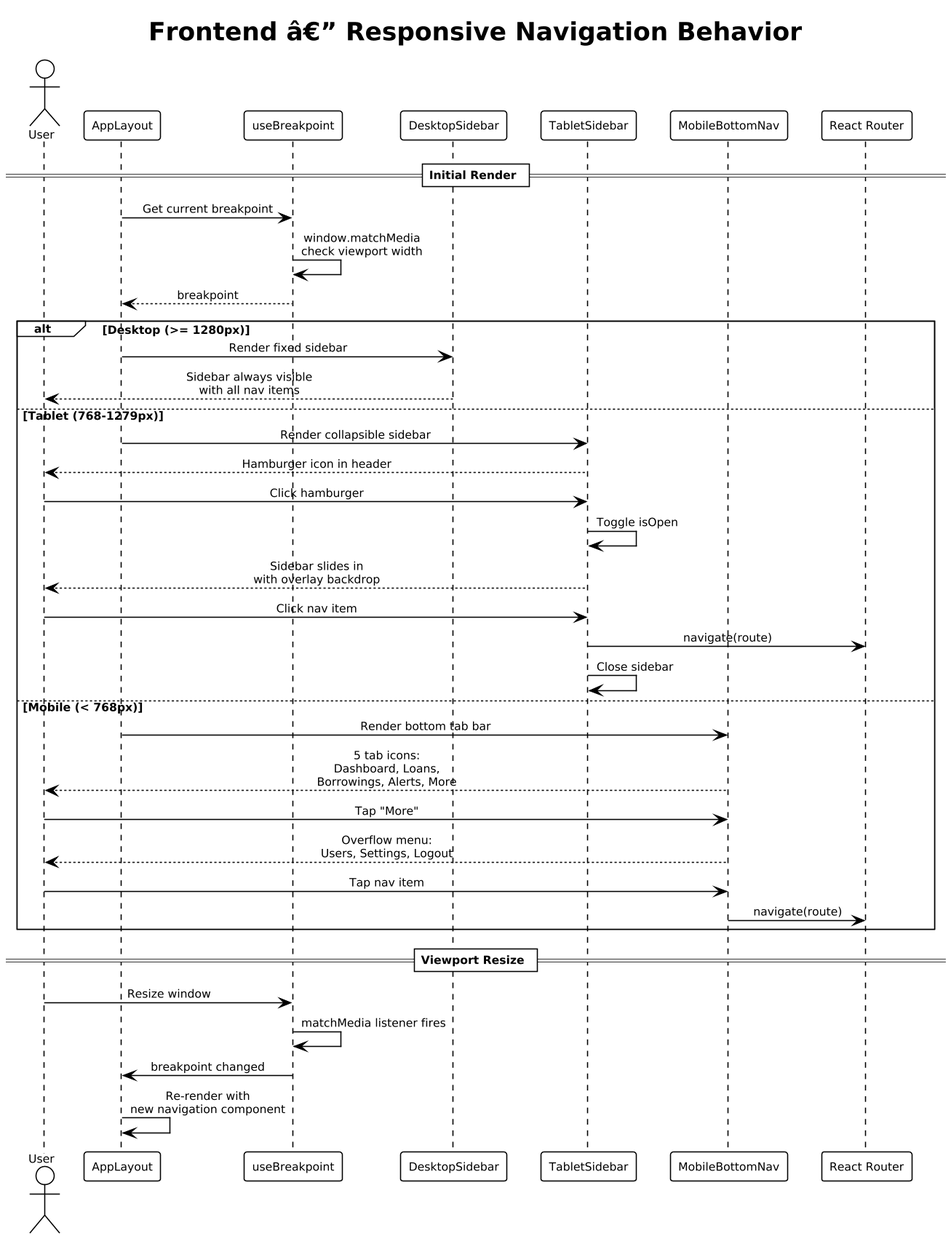
QuinntyneBrown/LendQ keeps this PlantUML diagram as docs/detailed-designs/diagrams/rendered/fe_seq_responsive_nav.png. Above is the earlier version. Source of this version:
```plantuml
@startuml
!theme plain
skinparam dpi 150
skinparam defaultFontSize 10
skinparam sequenceMessageAlign center

title Frontend â€” Responsive Navigation Behavior

actor User
participant "AppLayout" as layout
participant "useBreakpoint" as bp
participant "DesktopSidebar" as desktop
participant "TabletSidebar" as tablet
participant "MobileBottomNav" as mobile
participant "React Router" as router

== Initial Render ==
layout -> bp : Get current breakpoint
bp -> bp : window.matchMedia\ncheck viewport width
bp --> layout : breakpoint

alt Desktop (>= 1280px)
  layout -> desktop : Render fixed sidebar
  desktop --> User : Sidebar always visible\nwith all nav items
else Tablet (768-1279px)
  layout -> tablet : Render collapsible sidebar
  tablet --> User : Hamburger icon in header
  User -> tablet : Click hamburger
  tablet -> tablet : Toggle isOpen
  tablet --> User : Sidebar slides in\nwith overlay backdrop
  User -> tablet : Click nav item
  tablet -> router : navigate(route)
  tablet -> tablet : Close sidebar
else Mobile (< 768px)
  layout -> mobile : Render bottom tab bar
  mobile --> User : 5 tab icons:\nDashboard, Loans,\nBorrowings, Alerts, More
  User -> mobile : Tap "More"
  mobile --> User : Overflow menu:\nUsers, Settings, Logout
  User -> mobile : Tap nav item
  mobile -> router : navigate(route)
end

== Viewport Resize ==
User -> bp : Resize window
bp -> bp : matchMedia listener fires
bp -> layout : breakpoint changed
layout -> layout : Re-render with\nnew navigation component
@enduml
```
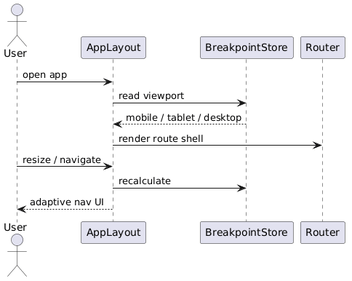
Above is the later version.

The edit, as a diff of the source:
```diff
@@ -1,48 +1,14 @@
 @startuml
-!theme plain
-skinparam dpi 150
-skinparam defaultFontSize 10
-skinparam sequenceMessageAlign center
+actor User
+participant AppLayout
+participant BreakpointStore
+participant Router
 
-title Frontend â€” Responsive Navigation Behavior
-
-actor User
-participant "AppLayout" as layout
-participant "useBreakpoint" as bp
-participant "DesktopSidebar" as desktop
-participant "TabletSidebar" as tablet
-participant "MobileBottomNav" as mobile
-participant "React Router" as router
-
-== Initial Render ==
-layout -> bp : Get current breakpoint
-bp -> bp : window.matchMedia\ncheck viewport width
-bp --> layout : breakpoint
-
-alt Desktop (>= 1280px)
-  layout -> desktop : Render fixed sidebar
-  desktop --> User : Sidebar always visible\nwith all nav items
-else Tablet (768-1279px)
-  layout -> tablet : Render collapsible sidebar
-  tablet --> User : Hamburger icon in header
-  User -> tablet : Click hamburger
-  tablet -> tablet : Toggle isOpen
-  tablet --> User : Sidebar slides in\nwith overlay backdrop
-  User -> tablet : Click nav item
-  tablet -> router : navigate(route)
-  tablet -> tablet : Close sidebar
-else Mobile (< 768px)
-  layout -> mobile : Render bottom tab bar
-  mobile --> User : 5 tab icons:\nDashboard, Loans,\nBorrowings, Alerts, More
-  User -> mobile : Tap "More"
-  mobile --> User : Overflow menu:\nUsers, Settings, Logout
-  User -> mobile : Tap nav item
-  mobile -> router : navigate(route)
-end
-
-== Viewport Resize ==
-User -> bp : Resize window
-bp -> bp : matchMedia listener fires
-bp -> layout : breakpoint changed
-layout -> layout : Re-render with\nnew navigation component
+User -> AppLayout : open app
+AppLayout -> BreakpointStore : read viewport
+BreakpointStore --> AppLayout : mobile / tablet / desktop
+AppLayout -> Router : render route shell
+User -> AppLayout : resize / navigate
+AppLayout -> BreakpointStore : recalculate
+AppLayout --> User : adaptive nav UI
 @enduml
```
